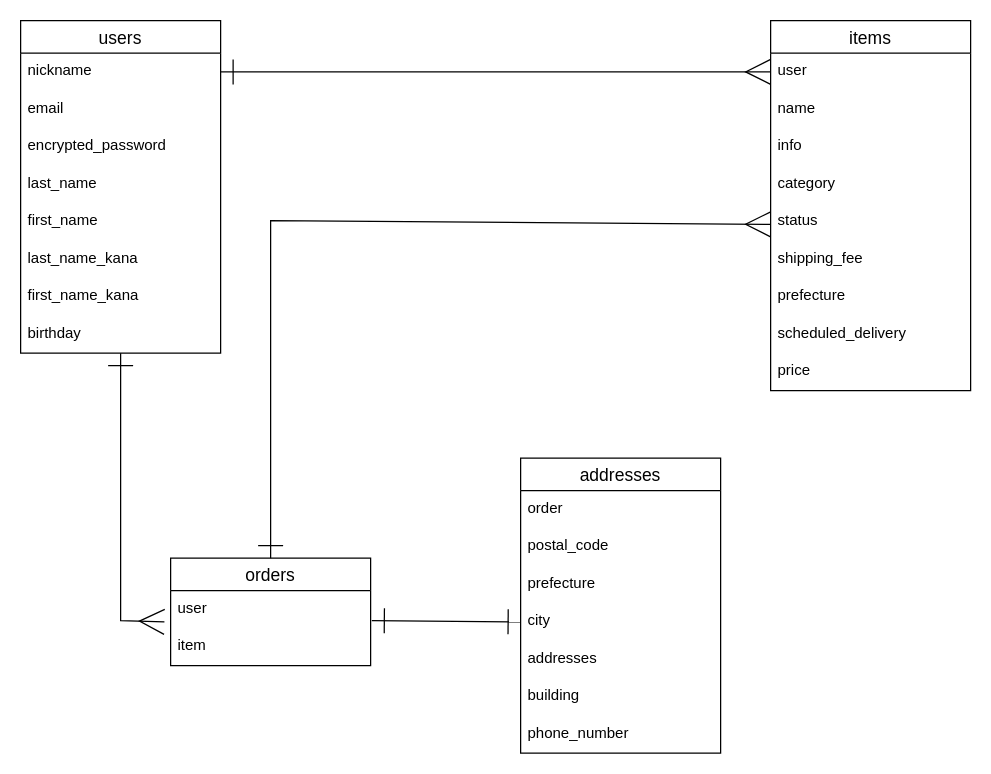
Above: furima-39824_ER.dio in DaiC-S/furima-39824 (draw.io), before the change. Source tidied: cells renumbered, new cells numbered last; positions are measured from the earlier drawing's top-left corner, leaving out a move shared by most shapes. Both pictures are drawn from the tidied source at 125%, with x=0, y=0 at pixel (20, 20).
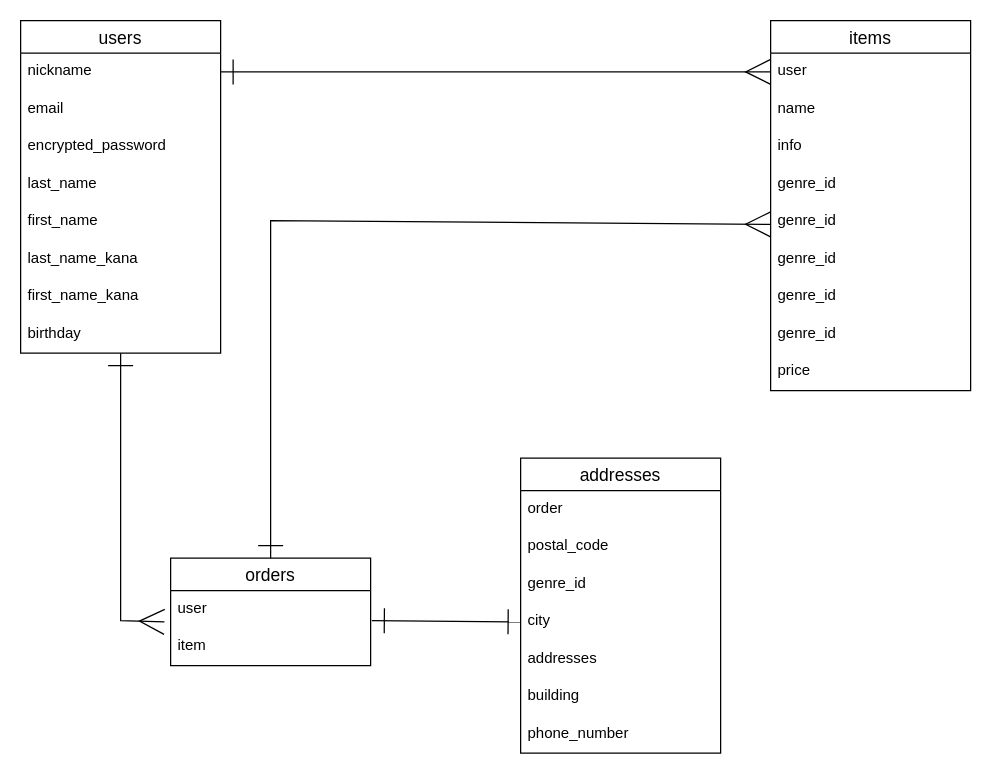
Above is the later version.

Commit message (it also covers changes not shown here):
DB設計やり直し3回目｜activehashを意識したカラム名への変更

The change refers to these unchanged cells:
```xml
<mxCell id="11" value="items" style="swimlane;fontStyle=0;horizontal=1;startSize=26;align=center;fontSize=14;" parent="1" vertex="1">
  <mxGeometry x="600" width="160" height="296" as="geometry" />
</mxCell>
<mxCell id="26" value="addresses" style="swimlane;fontStyle=0;horizontal=1;startSize=26;align=center;fontSize=14;" parent="1" vertex="1">
  <mxGeometry x="400" y="350" width="160" height="236" as="geometry" />
</mxCell>
```

The edit, as a diff of the source:
```diff
@@
-    <mxCell id="15" value="category" style="text;strokeColor=none;fillColor=none;spacingLeft=4;spacingRight=4;overflow=hidden;fontSize=12;" parent="11" vertex="1">
+    <mxCell id="15" value="genre_id" style="text;strokeColor=none;fillColor=none;spacingLeft=4;spacingRight=4;overflow=hidden;fontSize=12;" parent="11" vertex="1">
       <mxGeometry y="116" width="160" height="30" as="geometry" />
     </mxCell>
-    <mxCell id="16" value="status" style="text;strokeColor=none;fillColor=none;spacingLeft=4;spacingRight=4;overflow=hidden;fontSize=12;" parent="11" vertex="1">
+    <mxCell id="16" value="genre_id" style="text;strokeColor=none;fillColor=none;spacingLeft=4;spacingRight=4;overflow=hidden;fontSize=12;" parent="11" vertex="1">
       <mxGeometry y="146" width="160" height="30" as="geometry" />
     </mxCell>
-    <mxCell id="17" value="shipping_fee" style="text;strokeColor=none;fillColor=none;spacingLeft=4;spacingRight=4;overflow=hidden;fontSize=12;" parent="11" vertex="1">
+    <mxCell id="17" value="genre_id" style="text;strokeColor=none;fillColor=none;spacingLeft=4;spacingRight=4;overflow=hidden;fontSize=12;" parent="11" vertex="1">
       <mxGeometry y="176" width="160" height="30" as="geometry" />
     </mxCell>
-    <mxCell id="18" value="prefecture" style="text;strokeColor=none;fillColor=none;spacingLeft=4;spacingRight=4;overflow=hidden;fontSize=12;" parent="11" vertex="1">
+    <mxCell id="18" value="genre_id" style="text;strokeColor=none;fillColor=none;spacingLeft=4;spacingRight=4;overflow=hidden;fontSize=12;" parent="11" vertex="1">
       <mxGeometry y="206" width="160" height="30" as="geometry" />
     </mxCell>
-    <mxCell id="19" value="scheduled_delivery" style="text;strokeColor=none;fillColor=none;spacingLeft=4;spacingRight=4;overflow=hidden;fontSize=12;" parent="11" vertex="1">
+    <mxCell id="19" value="genre_id" style="text;strokeColor=none;fillColor=none;spacingLeft=4;spacingRight=4;overflow=hidden;fontSize=12;" parent="11" vertex="1">
       <mxGeometry y="236" width="160" height="30" as="geometry" />
     </mxCell>
@@
-    <mxCell id="29" value="prefecture" style="text;strokeColor=none;fillColor=none;spacingLeft=4;spacingRight=4;overflow=hidden;fontSize=12;" parent="26" vertex="1">
+    <mxCell id="29" value="genre_id" style="text;strokeColor=none;fillColor=none;spacingLeft=4;spacingRight=4;overflow=hidden;fontSize=12;" parent="26" vertex="1">
       <mxGeometry y="86" width="160" height="30" as="geometry" />
     </mxCell>
```
